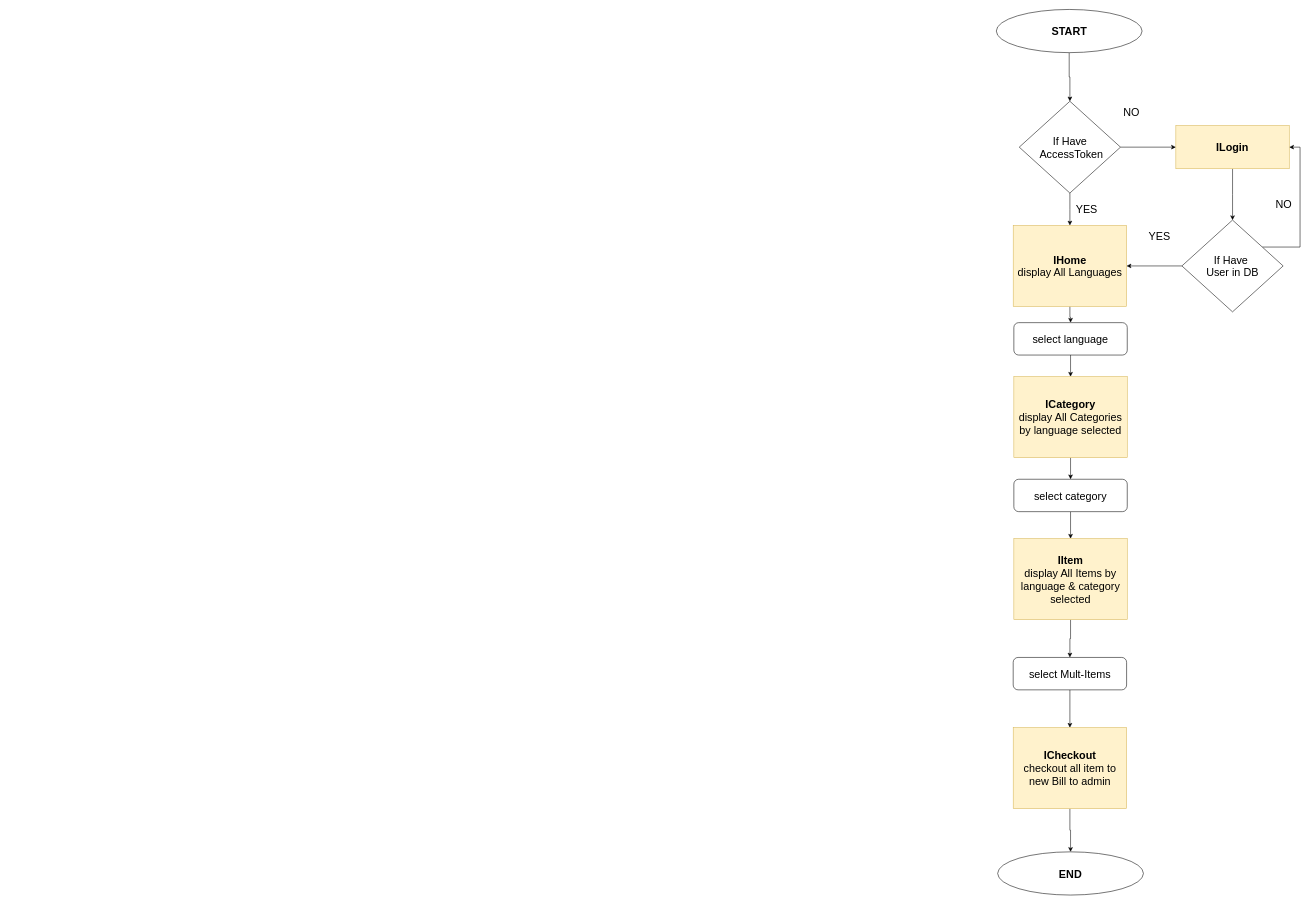
Earlier version of the draw.io diagram diagrams/SystemDaigram.drawio (Ali7med/flutter_menu_app). Source tidied: cells renumbered, new cells numbered last; positions are measured from the earlier drawing's top-left corner, leaving out a move shared by most shapes. Both pictures are drawn from the tidied source at 54%, with x=0, y=0 at pixel (996, 9).
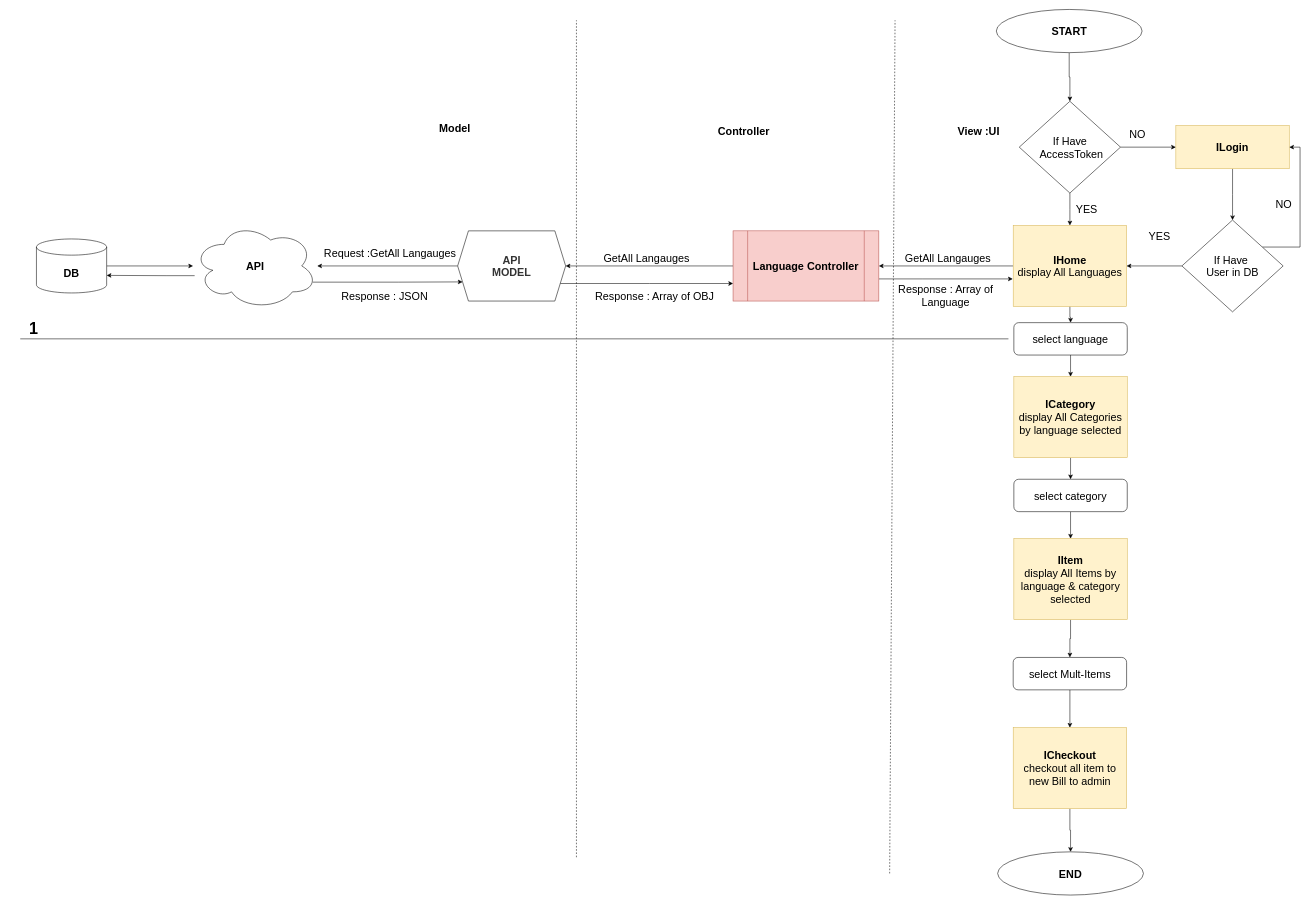
The same page after the edit.

The change refers to these unchanged cells:
```xml
<mxCell id="9" value="IHome&lt;br&gt;&lt;span style=&quot;font-weight: normal&quot;&gt;display All Languages&lt;/span&gt;" style="rounded=0;whiteSpace=wrap;html=1;fillColor=#fff2cc;strokeColor=#d6b656;fontStyle=1;fontSize=20;" parent="1" vertex="1">
  <mxGeometry x="30.8" y="400" width="210" height="150" as="geometry" />
</mxCell>
```

Change to the diagram source:
```diff
@@
+    <mxCell id="31" style="edgeStyle=orthogonalEdgeStyle;rounded=0;jettySize=auto;html=1;fontSize=20;" parent="1" edge="1" source="9" target="34">
+      <mxGeometry relative="1" as="geometry" />
+    </mxCell>
@@
     <mxCell id="11" value="NO" style="text;html=1;strokeColor=none;fillColor=none;align=center;verticalAlign=middle;whiteSpace=wrap;rounded=0;fontSize=20;" parent="1" vertex="1">
-      <mxGeometry x="229.5" y="180" width="40" height="20" as="geometry" />
+      <mxGeometry x="240.8" y="220" width="40" height="20" as="geometry" />
     </mxCell>
@@
+    <mxCell id="32" style="edgeStyle=orthogonalEdgeStyle;rounded=0;jettySize=auto;html=1;entryX=1;entryY=0.5;entryDx=0;entryDy=0;fontSize=20;" parent="1" edge="1" source="34" target="39">
+      <mxGeometry relative="1" as="geometry" />
+    </mxCell>
+    <mxCell id="33" style="edgeStyle=orthogonalEdgeStyle;rounded=0;jettySize=auto;html=1;entryX=-0.004;entryY=0.66;entryDx=0;entryDy=0;entryPerimeter=0;fontSize=20;" parent="1" edge="1" source="34" target="9">
+      <mxGeometry relative="1" as="geometry">
+        <Array as="points">
+          <mxPoint x="-138" y="499" />
+          <mxPoint x="-138" y="499" />
+        </Array>
+      </mxGeometry>
+    </mxCell>
+    <mxCell id="34" value="Language Controller" style="shape=process;whiteSpace=wrap;html=1;backgroundOutline=1;fontSize=20;fillColor=#f8cecc;strokeColor=#b85450;fontStyle=1;" parent="1" vertex="1">
+      <mxGeometry x="-488" y="410" width="270" height="130" as="geometry" />
+    </mxCell>
+    <mxCell id="35" value="GetAll Langauges" style="text;html=1;strokeColor=none;fillColor=none;align=center;verticalAlign=middle;whiteSpace=wrap;rounded=0;fontSize=20;" parent="1" vertex="1">
+      <mxGeometry x="-180.5" y="450" width="180" height="20" as="geometry" />
+    </mxCell>
+    <mxCell id="36" value="Request :GetAll Langauges" style="text;html=1;strokeColor=none;fillColor=none;align=center;verticalAlign=middle;whiteSpace=wrap;rounded=0;fontSize=20;" parent="1" vertex="1">
+      <mxGeometry x="-1248" y="440" width="250" height="20" as="geometry" />
+    </mxCell>
+    <mxCell id="37" style="edgeStyle=orthogonalEdgeStyle;rounded=0;jettySize=auto;html=1;fontSize=20;" parent="1" edge="1" source="39" target="42">
+      <mxGeometry relative="1" as="geometry" />
+    </mxCell>
+    <mxCell id="38" style="edgeStyle=orthogonalEdgeStyle;rounded=0;jettySize=auto;html=1;entryX=0;entryY=0.75;entryDx=0;entryDy=0;fontSize=20;" parent="1" edge="1" source="39" target="34">
+      <mxGeometry relative="1" as="geometry">
+        <Array as="points">
+          <mxPoint x="-643" y="508" />
+        </Array>
+      </mxGeometry>
+    </mxCell>
+    <mxCell id="39" value="&lt;span style=&quot;color: rgb(51 , 51 , 51) ; font-weight: 700&quot;&gt;API&lt;/span&gt;&lt;br style=&quot;color: rgb(51 , 51 , 51) ; font-weight: 700&quot;&gt;&lt;span style=&quot;color: rgb(51 , 51 , 51) ; font-weight: 700&quot;&gt;MODEL&lt;/span&gt;" style="shape=hexagon;perimeter=hexagonPerimeter2;whiteSpace=wrap;html=1;fixedSize=1;fontSize=20;" parent="1" vertex="1">
+      <mxGeometry x="-998" y="410" width="200" height="130" as="geometry" />
+    </mxCell>
+    <mxCell id="40" style="edgeStyle=orthogonalEdgeStyle;rounded=0;jettySize=auto;html=1;entryX=0;entryY=0.75;entryDx=0;entryDy=0;fontSize=20;" parent="1" edge="1" source="42" target="39">
+      <mxGeometry relative="1" as="geometry">
+        <Array as="points">
+          <mxPoint x="-1108" y="505" />
+          <mxPoint x="-1108" y="505" />
+        </Array>
+      </mxGeometry>
+    </mxCell>
+    <mxCell id="41" style="edgeStyle=orthogonalEdgeStyle;rounded=0;jettySize=auto;html=1;entryX=1;entryY=0;entryDx=0;entryDy=67.5;entryPerimeter=0;fontSize=20;" parent="1" edge="1" source="42" target="44">
+      <mxGeometry relative="1" as="geometry">
+        <Array as="points">
+          <mxPoint x="-1538" y="493" />
+          <mxPoint x="-1538" y="493" />
+        </Array>
+      </mxGeometry>
+    </mxCell>
+    <mxCell id="42" value="&lt;b&gt;API&lt;/b&gt;" style="ellipse;shape=cloud;whiteSpace=wrap;html=1;fontSize=20;" parent="1" vertex="1">
+      <mxGeometry x="-1488" y="395" width="230" height="160" as="geometry" />
+    </mxCell>
+    <mxCell id="43" style="edgeStyle=orthogonalEdgeStyle;rounded=0;jettySize=auto;html=1;fontSize=20;" parent="1" edge="1" source="44" target="42">
+      <mxGeometry relative="1" as="geometry" />
+    </mxCell>
+    <mxCell id="44" value="&lt;b&gt;DB&lt;/b&gt;" style="shape=cylinder3;whiteSpace=wrap;html=1;boundedLbl=1;backgroundOutline=1;size=15;fontSize=20;" parent="1" vertex="1">
+      <mxGeometry x="-1778" y="425" width="130" height="100" as="geometry" />
+    </mxCell>
+    <mxCell id="45" value="GetAll Langauges" style="text;html=1;strokeColor=none;fillColor=none;align=center;verticalAlign=middle;whiteSpace=wrap;rounded=0;fontSize=20;" parent="1" vertex="1">
+      <mxGeometry x="-738" y="450" width="180" height="20" as="geometry" />
+    </mxCell>
+    <mxCell id="46" value="Response : JSON" style="text;html=1;strokeColor=none;fillColor=none;align=center;verticalAlign=middle;whiteSpace=wrap;rounded=0;fontSize=20;" parent="1" vertex="1">
+      <mxGeometry x="-1258" y="520" width="250" height="20" as="geometry" />
+    </mxCell>
+    <mxCell id="47" value="Response : Array of OBJ" style="text;html=1;strokeColor=none;fillColor=none;align=center;verticalAlign=middle;whiteSpace=wrap;rounded=0;fontSize=20;" parent="1" vertex="1">
+      <mxGeometry x="-758" y="520" width="250" height="20" as="geometry" />
+    </mxCell>
+    <mxCell id="48" value="Response : Array of Language" style="text;html=1;strokeColor=none;fillColor=none;align=center;verticalAlign=middle;whiteSpace=wrap;rounded=0;fontSize=20;" parent="1" vertex="1">
+      <mxGeometry x="-219.2" y="520" width="250" height="20" as="geometry" />
+    </mxCell>
+    <mxCell id="49" style="endArrow=none;dashed=1;html=1;fontSize=20;" parent="1" edge="1">
+      <mxGeometry relative="1" as="geometry">
+        <mxPoint x="-778" y="1570" as="sourcePoint" />
+        <mxPoint x="-778" y="20" as="targetPoint" />
+      </mxGeometry>
+    </mxCell>
+    <mxCell id="50" value="View :UI" style="text;html=1;strokeColor=none;fillColor=none;align=center;verticalAlign=middle;whiteSpace=wrap;rounded=0;fontSize=20;fontStyle=1;" parent="1" vertex="1">
+      <mxGeometry x="-78" y="215" width="90" height="20" as="geometry" />
+    </mxCell>
+    <mxCell id="51" style="endArrow=none;dashed=1;html=1;fontSize=20;" parent="1" edge="1">
+      <mxGeometry relative="1" as="geometry">
+        <mxPoint x="-198" y="1600" as="sourcePoint" />
+        <mxPoint x="-188" y="20" as="targetPoint" />
+      </mxGeometry>
+    </mxCell>
+    <mxCell id="52" value="Controller" style="text;html=1;strokeColor=none;fillColor=none;align=center;verticalAlign=middle;whiteSpace=wrap;rounded=0;fontSize=20;fontStyle=1;" parent="1" vertex="1">
+      <mxGeometry x="-488" y="215" width="40" height="20" as="geometry" />
+    </mxCell>
+    <mxCell id="53" value="Model" style="text;html=1;strokeColor=none;fillColor=none;align=center;verticalAlign=middle;whiteSpace=wrap;rounded=0;fontSize=20;fontStyle=1;" parent="1" vertex="1">
+      <mxGeometry x="-1048" y="210" width="90" height="20" as="geometry" />
+    </mxCell>
+    <mxCell id="54" style="endArrow=none;html=1;fontSize=20;" parent="1" edge="1">
+      <mxGeometry relative="1" as="geometry">
+        <mxPoint x="-1808" y="610" as="sourcePoint" />
+        <mxPoint x="22" y="610" as="targetPoint" />
+      </mxGeometry>
+    </mxCell>
+    <mxCell id="55" value="1" style="text;html=1;strokeColor=none;fillColor=none;align=center;verticalAlign=middle;whiteSpace=wrap;rounded=0;fontSize=30;fontStyle=1;" parent="1" vertex="1">
+      <mxGeometry x="-1828" y="580" width="90" height="20" as="geometry" />
+    </mxCell>
```
